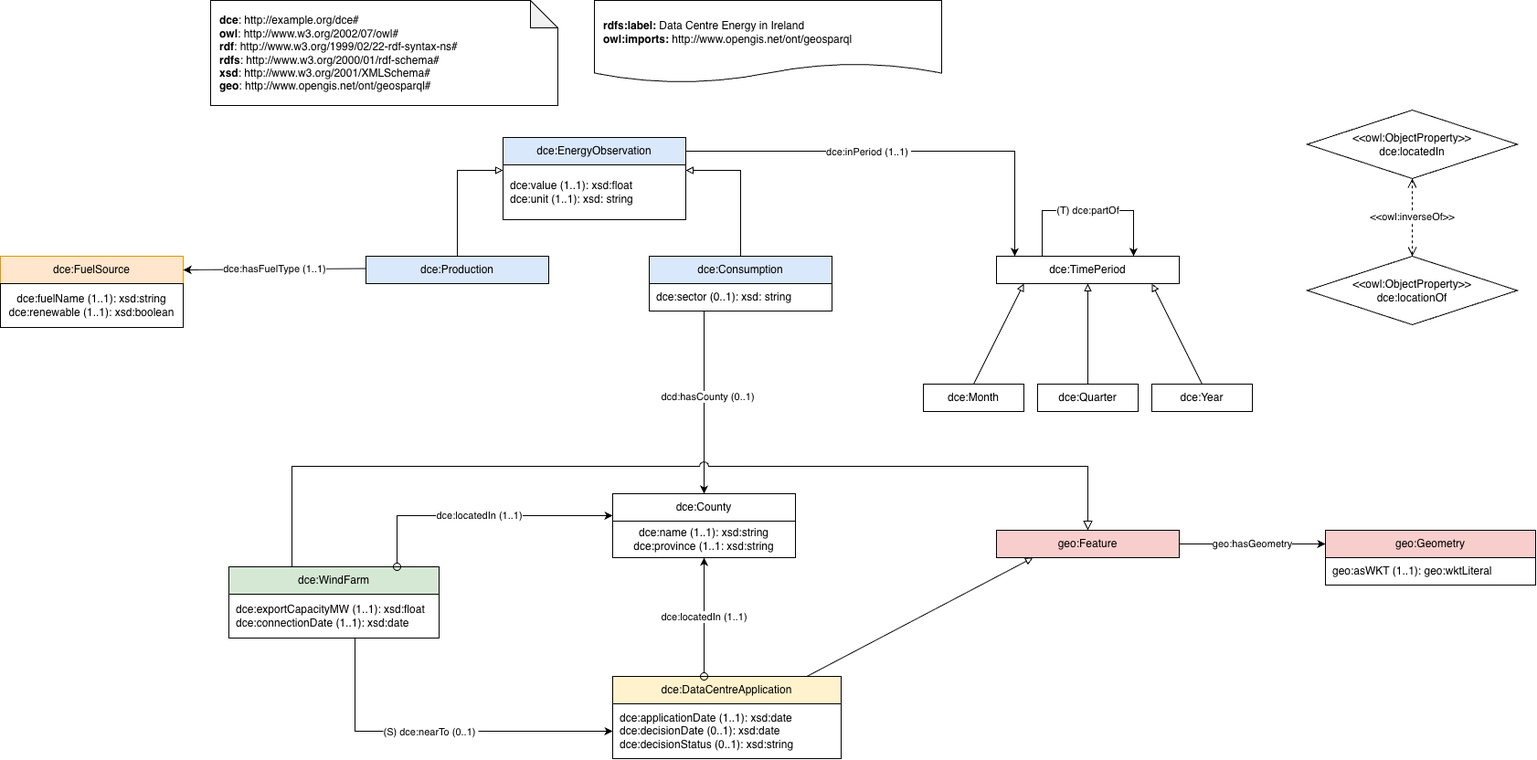
The draw.io diagram dce-ontology.drawio.png in coveneyl-eng/KnowledgeAndData-Group-B, before a commit. Source tidied: cells renumbered, new cells last; positions are measured from the earlier drawing's top-left corner, leaving out a move shared by most shapes.
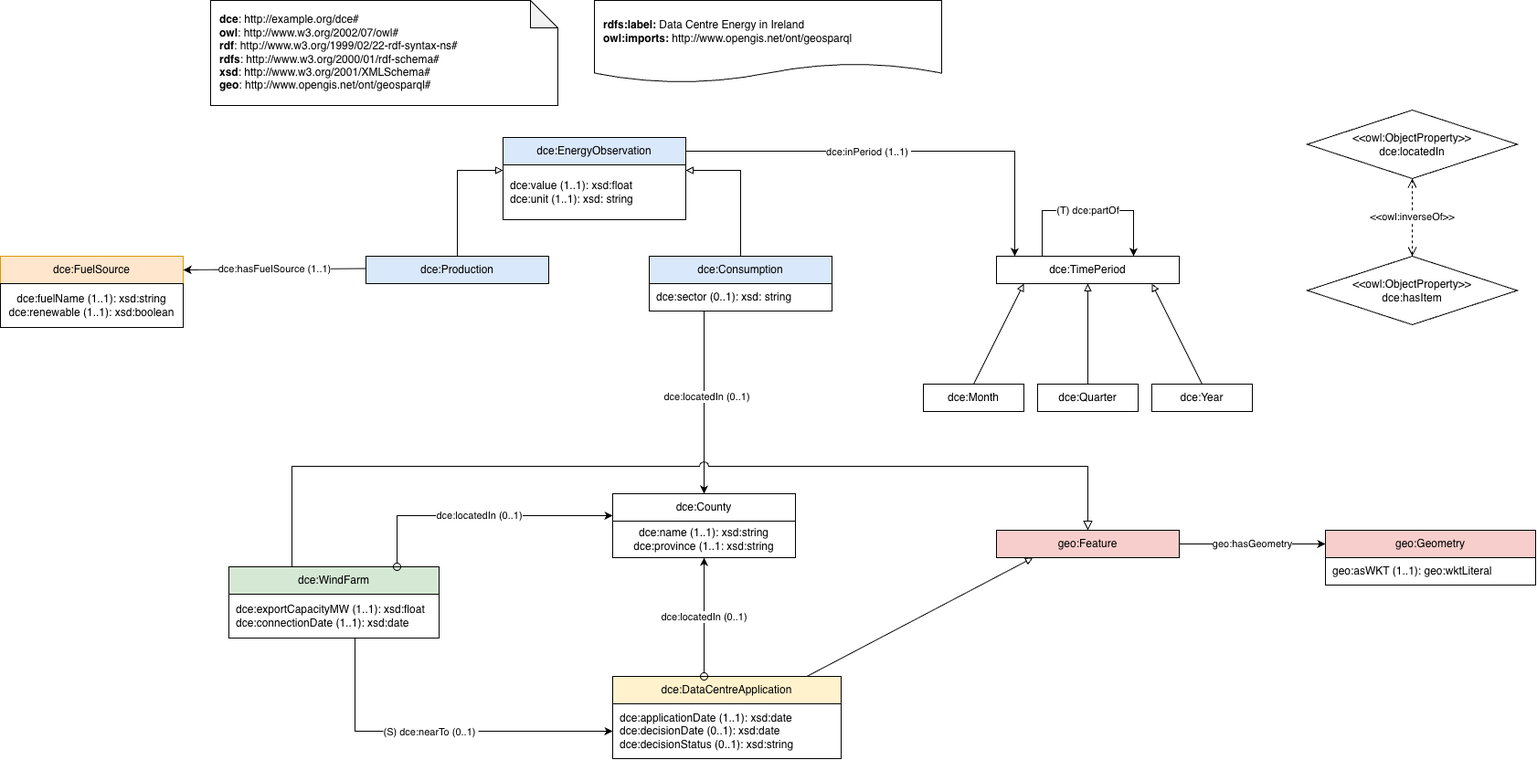
The same file after the commit.

The edit, as a diff of the source:
```diff
@@ -17,7 +17,7 @@
     <mxCell id="6" style="edgeStyle=orthogonalEdgeStyle;rounded=0;jettySize=auto;html=1;exitX=0.3;exitY=1;exitDx=0;exitDy=0;entryX=0.5;entryY=0;entryDx=0;entryDy=0;defaultLabelBackgroundColor=page;" parent="1" edge="1" source="8" target="11">
       <mxGeometry relative="1" as="geometry" />
     </mxCell>
-    <mxCell id="7" value="dcd:hasCounty (0..1)" style="edgeLabel;html=1;align=center;verticalAlign=middle;inheritText=1;defaultLabelBackgroundColor=page;" parent="6" vertex="1">
+    <mxCell id="7" value="&lt;span style=&quot;background-color: rgb(255, 255, 255);&quot;&gt;dce:locatedIn (0..1)&lt;/span&gt;" style="edgeLabel;html=1;align=center;verticalAlign=middle;inheritText=1;defaultLabelBackgroundColor=page;" parent="6" vertex="1">
       <mxGeometry x="-0.07" y="3" relative="1" as="geometry" />
     </mxCell>
     <mxCell id="8" value="&lt;span style=&quot;background-color: transparent; color: light-dark(#000000, var(--ge-light-color, #ffffff)); text-align: center;&quot;&gt;dce:sector (0..1): xsd: string&lt;/span&gt;" style="rounded=0;whiteSpace=wrap;html=1;snapToPoint=1;points=[[0.1,0],[0.2,0],[0.3,0],[0.4,0],[0.5,0],[0.6,0],[0.7,0],[0.8,0],[0.9,0],[0,0.1],[0,0.3],[0,0.5],[0,0.7],[0,0.9],[0.1,1],[0.2,1],[0.3,1],[0.4,1],[0.5,1],[0.6,1],[0.7,1],[0.8,1],[0.9,1],[1,0.1],[1,0.3],[1,0.5],[1,0.7],[1,0.9]];align=left;spacingLeft=6;" parent="1" vertex="1">
@@ -32,7 +32,7 @@
     <mxCell id="11" value="dce:County" style="rounded=0;whiteSpace=wrap;html=1;snapToPoint=1;points=[[0.1,0],[0.2,0],[0.3,0],[0.4,0],[0.5,0],[0.6,0],[0.7,0],[0.8,0],[0.9,0],[0,0.1],[0,0.3],[0,0.5],[0,0.7],[0,0.9],[0.1,1],[0.2,1],[0.3,1],[0.4,1],[0.5,1],[0.6,1],[0.7,1],[0.8,1],[0.9,1],[1,0.1],[1,0.3],[1,0.5],[1,0.7],[1,0.9]];" parent="1" vertex="1">
       <mxGeometry x="670" y="540" width="200" height="30" as="geometry" />
     </mxCell>
-    <mxCell id="12" value="dce:hasFuelType (1..1)" style="endArrow=classic;html=1;endSize=6;rounded=0;exitX=0;exitY=0.7;exitDx=0;exitDy=0;entryX=1;entryY=0.5;entryDx=0;entryDy=0;labelBackgroundColor=#ffffff;" parent="1" edge="1" target="9">
+    <mxCell id="12" value="dce:hasFuelSource (1..1)" style="endArrow=classic;html=1;endSize=6;rounded=0;exitX=0;exitY=0.7;exitDx=0;exitDy=0;entryX=1;entryY=0.5;entryDx=0;entryDy=0;labelBackgroundColor=#ffffff;" parent="1" edge="1" target="9">
       <mxGeometry relative="1" as="geometry">
         <mxPoint x="400" y="293.5" as="sourcePoint" />
       </mxGeometry>
@@ -72,7 +72,7 @@
     <mxCell id="22" value="dce:applicationDate (1..1): xsd:date&lt;br&gt;dce:decisionDate (0..1): xsd:date&lt;div&gt;dce:decisionStatus (0..1): xsd:string&lt;/div&gt;" style="rounded=0;whiteSpace=wrap;html=1;snapToPoint=1;points=[[0.1,0],[0.2,0],[0.3,0],[0.4,0],[0.5,0],[0.6,0],[0.7,0],[0.8,0],[0.9,0],[0,0.1],[0,0.3],[0,0.5],[0,0.7],[0,0.9],[0.1,1],[0.2,1],[0.3,1],[0.4,1],[0.5,1],[0.6,1],[0.7,1],[0.8,1],[0.9,1],[1,0.1],[1,0.3],[1,0.5],[1,0.7],[1,0.9]];align=left;spacingLeft=6;" parent="1" vertex="1">
       <mxGeometry x="670" y="770" width="250" height="60" as="geometry" />
     </mxCell>
-    <mxCell id="23" value="dce:locatedIn (1..1)" style="endArrow=classic;html=1;endSize=6;rounded=0;startArrow=oval;startFill=0;startSize=8;exitX=0.4;exitY=0;exitDx=0;exitDy=0;labelBackgroundColor=#ffffff;entryX=0.5;entryY=1;entryDx=0;entryDy=0;" parent="1" edge="1" source="21" target="45">
+    <mxCell id="23" value="dce:locatedIn (0..1)" style="endArrow=classic;html=1;endSize=6;rounded=0;startArrow=oval;startFill=0;startSize=8;exitX=0.4;exitY=0;exitDx=0;exitDy=0;labelBackgroundColor=#ffffff;entryX=0.5;entryY=1;entryDx=0;entryDy=0;" parent="1" edge="1" source="21" target="45">
       <mxGeometry relative="1" as="geometry" />
     </mxCell>
     <mxCell id="24" value="dce:WindFarm" style="rounded=0;whiteSpace=wrap;html=1;snapToPoint=1;points=[[0.1,0],[0.2,0],[0.3,0],[0.4,0],[0.5,0],[0.6,0],[0.7,0],[0.8,0],[0.9,0],[0,0.1],[0,0.3],[0,0.5],[0,0.7],[0,0.9],[0.1,1],[0.2,1],[0.3,1],[0.4,1],[0.5,1],[0.6,1],[0.7,1],[0.8,1],[0.9,1],[1,0.1],[1,0.3],[1,0.5],[1,0.7],[1,0.9]];fillColor=#d5e8d4;" parent="1" vertex="1">
@@ -89,7 +89,7 @@
     <mxCell id="27" value="dce:exportCapacityMW (1..1): xsd:float&lt;br&gt;dce:connectionDate (1..1): xsd:date" style="rounded=0;whiteSpace=wrap;html=1;snapToPoint=1;points=[[0.1,0],[0.2,0],[0.3,0],[0.4,0],[0.5,0],[0.6,0],[0.7,0],[0.8,0],[0.9,0],[0,0.1],[0,0.3],[0,0.5],[0,0.7],[0,0.9],[0.1,1],[0.2,1],[0.3,1],[0.4,1],[0.5,1],[0.6,1],[0.7,1],[0.8,1],[0.9,1],[1,0.1],[1,0.3],[1,0.5],[1,0.7],[1,0.9]];align=left;spacingLeft=6;" parent="1" vertex="1">
       <mxGeometry x="250" y="650" width="230" height="48" as="geometry" />
     </mxCell>
-    <mxCell id="28" value="dce:locatedIn (1..1)" style="endArrow=classic;html=1;endSize=6;rounded=0;startArrow=oval;startFill=0;startSize=8;exitX=0.8;exitY=0;exitDx=0;exitDy=0;entryX=0;entryY=0.8;entryDx=0;entryDy=0;labelBackgroundColor=#ffffff;" parent="1" edge="1" source="24" target="11">
+    <mxCell id="28" value="dce:locatedIn (0..1)" style="endArrow=classic;html=1;endSize=6;rounded=0;startArrow=oval;startFill=0;startSize=8;exitX=0.8;exitY=0;exitDx=0;exitDy=0;entryX=0;entryY=0.8;entryDx=0;entryDy=0;labelBackgroundColor=#ffffff;" parent="1" edge="1" source="24" target="11">
       <mxGeometry relative="1" as="geometry">
         <Array as="points">
           <mxPoint x="434" y="564" />
@@ -122,7 +122,7 @@
     <mxCell id="35" value="&lt;div&gt;&amp;lt;&amp;lt;owl:ObjectProperty&amp;gt;&amp;gt;&lt;br&gt;dce:locatedIn&lt;/div&gt;" style="rhombus;whiteSpace=wrap;html=1;" parent="1" vertex="1">
       <mxGeometry x="1430" y="120" width="230" height="75" as="geometry" />
     </mxCell>
-    <mxCell id="36" value="&lt;div&gt;&amp;lt;&amp;lt;owl:ObjectProperty&amp;gt;&amp;gt;&lt;br&gt;dce:locationOf&lt;/div&gt;" style="rhombus;whiteSpace=wrap;html=1;" parent="1" vertex="1">
+    <mxCell id="36" value="&lt;div&gt;&amp;lt;&amp;lt;owl:ObjectProperty&amp;gt;&amp;gt;&lt;br&gt;dce:hasItem&lt;/div&gt;" style="rhombus;whiteSpace=wrap;html=1;" parent="1" vertex="1">
       <mxGeometry x="1430" y="280" width="230" height="75" as="geometry" />
     </mxCell>
     <mxCell id="37" value="&amp;lt;&amp;lt;owl:inverseOf&amp;gt;&amp;gt;" style="endArrow=open;endFill=0;dashed=1;html=1;endSize=8;startArrow=open;startFill=0;startSize=8;exitX=0.5;exitY=0;exitDx=0;exitDy=0;entryX=0.5;entryY=1;entryDx=0;entryDy=0;labelBackgroundColor=#ffffff;" parent="1" edge="1" source="36" target="35">
```
